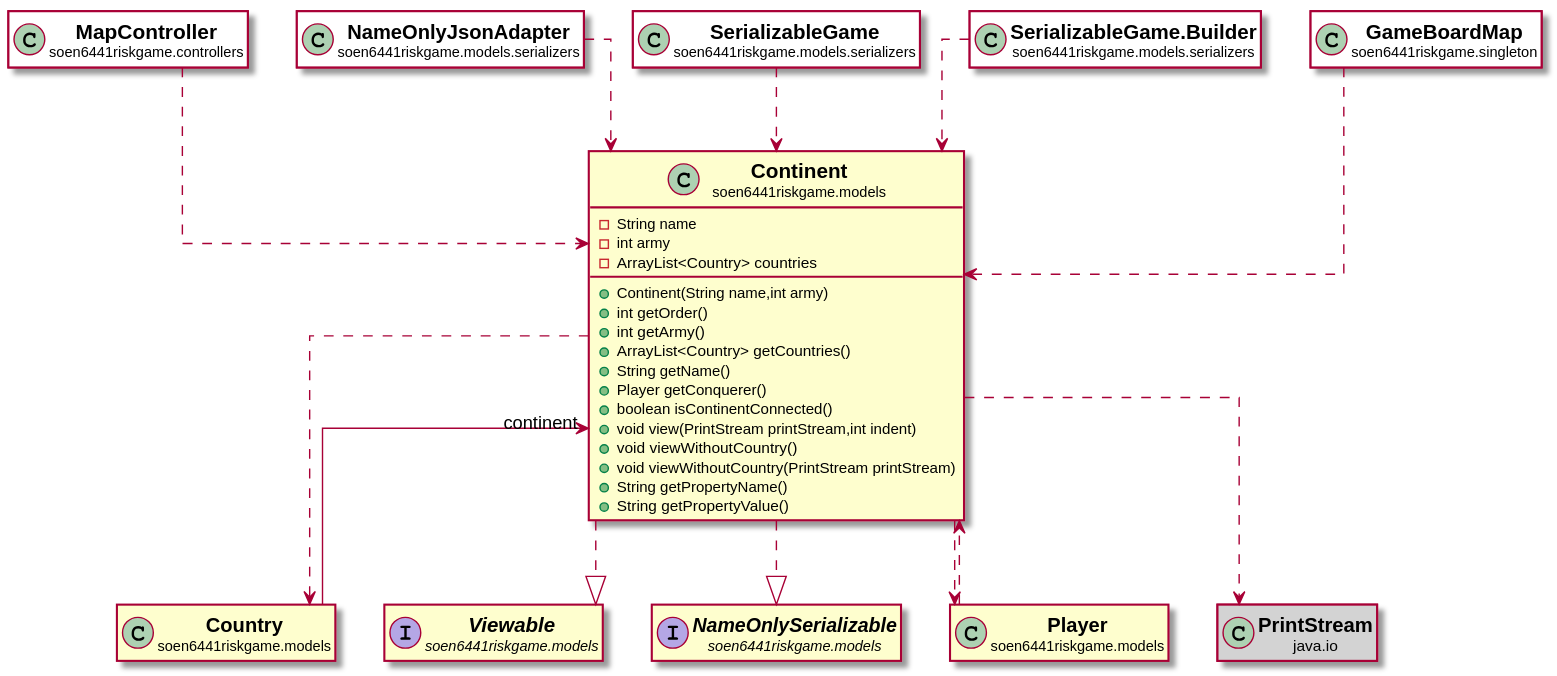
Before: docs/javadocs/soen6441riskgame/models/Continent.svg, a diagram exported from PlantUML (huntertran/soen6441-riskgame).
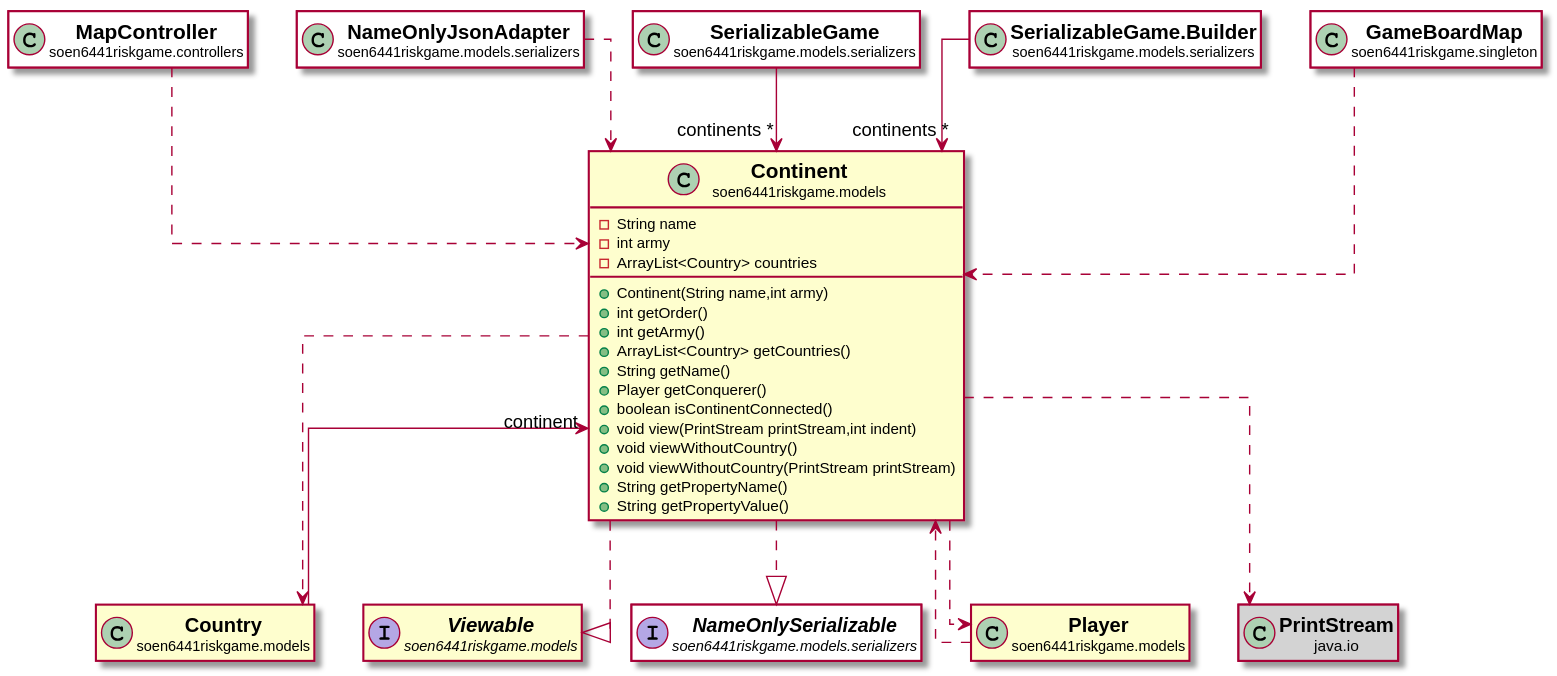
The same diagram one commit later.

Diff of the diagram source:
```diff
@@ -48,13 +48,13 @@
 
 soen6441riskgame.models.Continent ..|> soen6441riskgame.models.Viewable
 
-interface "<b><size:14>NameOnlySerializable</b>\n<size:10>soen6441riskgame.models" as soen6441riskgame.models.NameOnlySerializable  [[../../soen6441riskgame/models/NameOnlySerializable.html{soen6441riskgame.models.NameOnlySerializable}]] {
+interface "<b><size:14>NameOnlySerializable</b>\n<size:10>soen6441riskgame.models.serializers" as soen6441riskgame.models.serializers.NameOnlySerializable  [[../../soen6441riskgame/models/serializers/NameOnlySerializable.html{soen6441riskgame.models.serializers.NameOnlySerializable}]] #white {
 }
 
-hide soen6441riskgame.models.NameOnlySerializable fields
-hide soen6441riskgame.models.NameOnlySerializable methods
+hide soen6441riskgame.models.serializers.NameOnlySerializable fields
+hide soen6441riskgame.models.serializers.NameOnlySerializable methods
 
-soen6441riskgame.models.Continent ..|> soen6441riskgame.models.NameOnlySerializable
+soen6441riskgame.models.Continent ..|> soen6441riskgame.models.serializers.NameOnlySerializable
 
 class "<b><size:14>Player</b>\n<size:10>soen6441riskgame.models" as soen6441riskgame.models.Player  [[../../soen6441riskgame/models/Player.html{soen6441riskgame.models.Player}]] {
 }
@@ -90,7 +90,7 @@
 hide soen6441riskgame.models.serializers.SerializableGame fields
 hide soen6441riskgame.models.serializers.SerializableGame methods
 
-soen6441riskgame.models.serializers.SerializableGame ..> soen6441riskgame.models.Continent
+soen6441riskgame.models.serializers.SerializableGame -->  "continents *" soen6441riskgame.models.Continent
 
 class "<b><size:14>SerializableGame.Builder</b>\n<size:10>soen6441riskgame.models.serializers" as soen6441riskgame.models.serializers.SerializableGame.Builder  [[../../soen6441riskgame/models/serializers/SerializableGame.Builder.html{soen6441riskgame.models.serializers.SerializableGame.Builder}]] #white {
 }
@@ -98,7 +98,7 @@
 hide soen6441riskgame.models.serializers.SerializableGame.Builder fields
 hide soen6441riskgame.models.serializers.SerializableGame.Builder methods
 
-soen6441riskgame.models.serializers.SerializableGame.Builder ..> soen6441riskgame.models.Continent
+soen6441riskgame.models.serializers.SerializableGame.Builder -->  "continents *" soen6441riskgame.models.Continent
 
 class "<b><size:14>GameBoardMap</b>\n<size:10>soen6441riskgame.singleton" as soen6441riskgame.singleton.GameBoardMap  [[../../soen6441riskgame/singleton/GameBoardMap.html{soen6441riskgame.singleton.GameBoardMap}]] #white {
 }
```
